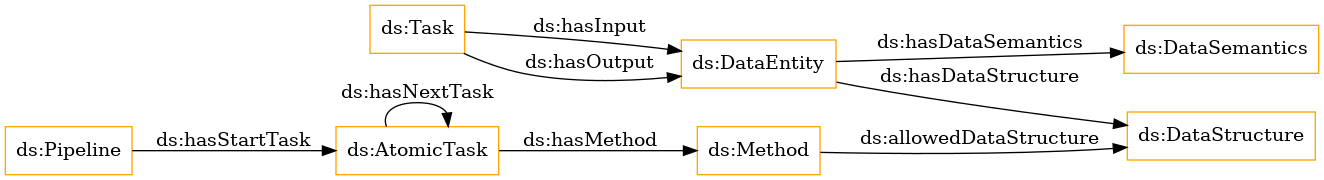
This is OnToology/ds_exeKGOntology.ttl/diagrams/ar2dtool-class/ds_exeKGOntology.ttl.png from nsai-uio/ExeKGOntology, a Graphviz export, as it was before one commit. Its source is kept beside it as OnToology/ds_exeKGOntology.ttl/diagrams/ar2dtool-class/ds_exeKGOntology.ttl.png.dot. The source it was exported from:
```dot
digraph ar2dtool_diagram {
rankdir=LR;
size="1501"
node [shape = rectangle, color="orange"]; "ds:Method" "ds:DataSemantics" "ds:DataStructure" "ds:Pipeline" "ds:DataEntity" "ds:AtomicTask" "ds:Task" ; /*classes style*/
	"ds:AtomicTask" -> "ds:Method" [ label = "ds:hasMethod" ];
	"ds:Pipeline" -> "ds:AtomicTask" [ label = "ds:hasStartTask" ];
	"ds:DataEntity" -> "ds:DataSemantics" [ label = "ds:hasDataSemantics" ];
	"ds:Method" -> "ds:DataStructure" [ label = "ds:allowedDataStructure" ];
	"ds:Task" -> "ds:DataEntity" [ label = "ds:hasInput" ];
	"ds:DataEntity" -> "ds:DataStructure" [ label = "ds:hasDataStructure" ];
	"ds:AtomicTask" -> "ds:AtomicTask" [ label = "ds:hasNextTask" ];
	"ds:Task" -> "ds:DataEntity" [ label = "ds:hasOutput" ];

}
```
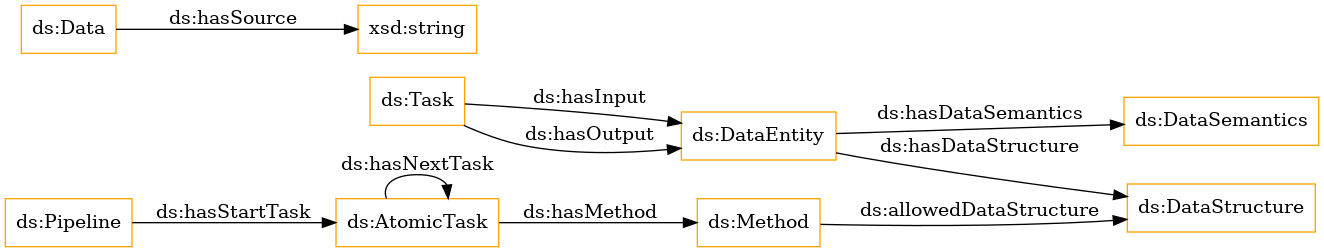
Later version of the same file.

The edit, as a diff of the source:
```diff
@@ -1,9 +1,10 @@
 digraph ar2dtool_diagram {
 rankdir=LR;
 size="1501"
-node [shape = rectangle, color="orange"]; "ds:Method" "ds:DataSemantics" "ds:DataStructure" "ds:Pipeline" "ds:DataEntity" "ds:AtomicTask" "ds:Task" ; /*classes style*/
+node [shape = rectangle, color="orange"]; "ds:Method" "ds:DataSemantics" "ds:DataStructure" "ds:Pipeline" "ds:DataEntity" "ds:AtomicTask" "ds:Data" "ds:Task" ; /*classes style*/
 	"ds:AtomicTask" -> "ds:Method" [ label = "ds:hasMethod" ];
 	"ds:Pipeline" -> "ds:AtomicTask" [ label = "ds:hasStartTask" ];
+	"ds:Data" -> "xsd:string" [ label = "ds:hasSource" ];
 	"ds:DataEntity" -> "ds:DataSemantics" [ label = "ds:hasDataSemantics" ];
 	"ds:Method" -> "ds:DataStructure" [ label = "ds:allowedDataStructure" ];
 	"ds:Task" -> "ds:DataEntity" [ label = "ds:hasInput" ];
```
